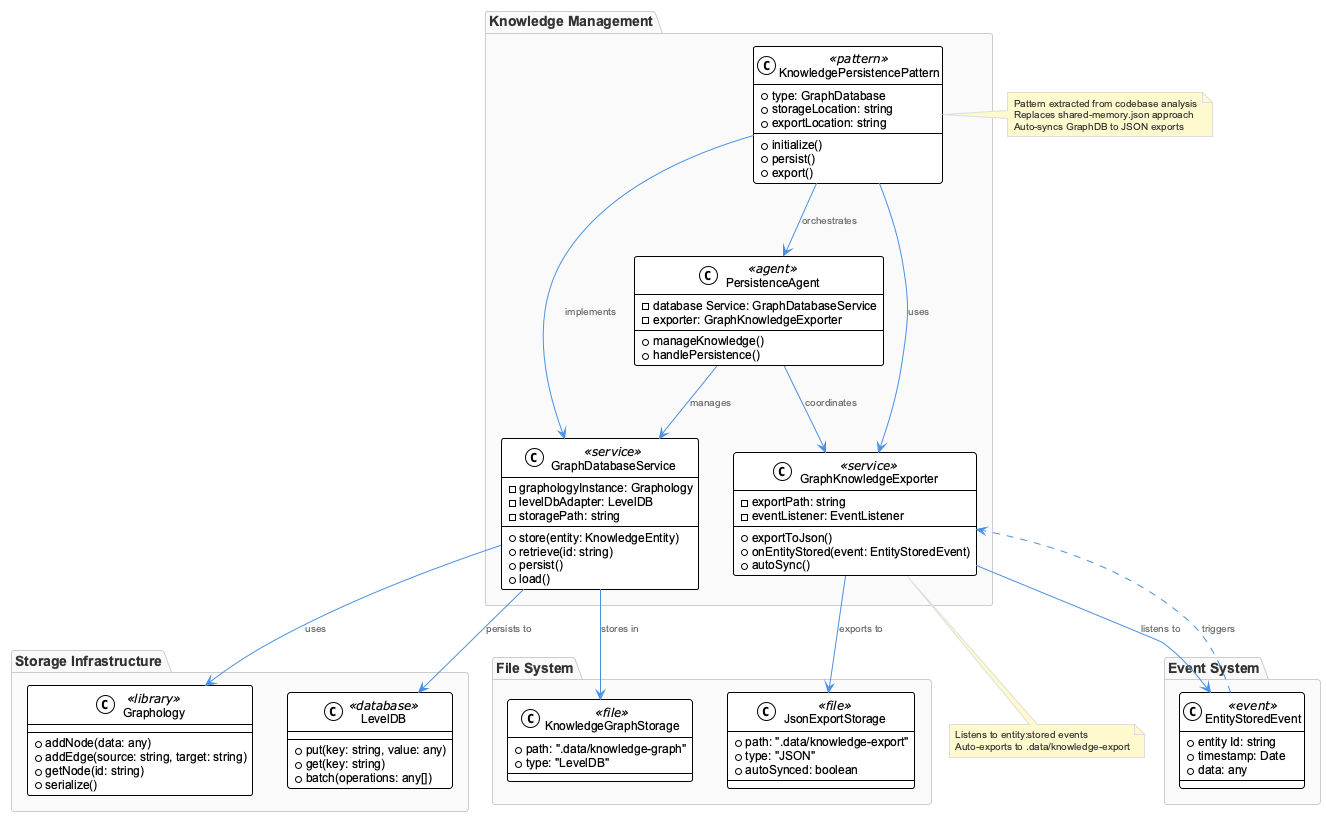
Above: knowledge-management/insights/images/knowledge-persistence-pattern-class.png in fwornle/coding (PlantUML), before the change.
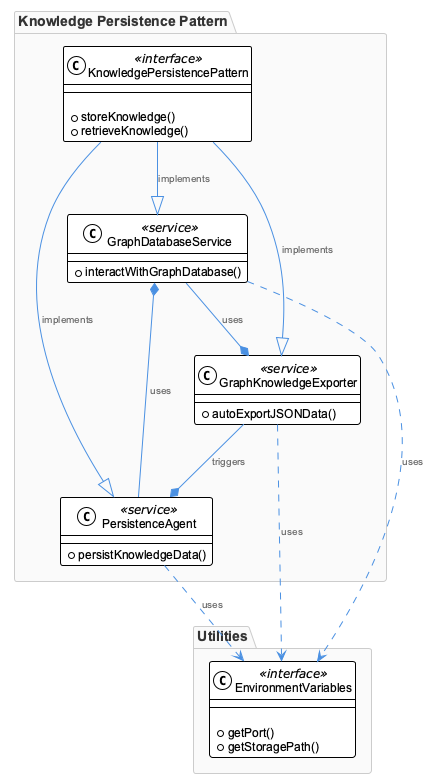
The same file after the commit.

Change to the diagram source:
```diff
@@ -1,103 +1,43 @@
 @startuml
 !include /Users/q284340/Agentic/coding/docs/puml/_standard-style.puml
 
-package "Knowledge Management" {
-    class KnowledgePersistencePattern <<pattern>> {
-        +type: GraphDatabase
-        +storageLocation: string
-        +exportLocation: string
-        +initialize()
-        +persist()
-        +export()
-    }
+package "Knowledge Persistence Pattern" {
+  class GraphDatabaseService <<service>> {
+    + interactWithGraphDatabase()
+  }
 
-    class GraphDatabaseService <<service>> {
-        -graphologyInstance: Graphology
-        -levelDbAdapter: LevelDB
-        -storagePath: string
-        +store(entity: KnowledgeEntity)
-        +retrieve(id: string)
-        +persist()
-        +load()
-    }
+  class GraphKnowledgeExporter <<service>> {
+    + autoExportJSONData()
+  }
 
-    class GraphKnowledgeExporter <<service>> {
-        -exportPath: string
-        -eventListener: EventListener
-        +exportToJson()
-        +onEntityStored(event: EntityStoredEvent)
-        +autoSync()
-    }
+  class PersistenceAgent <<service>> {
+    + persistKnowledgeData()
+  }
 
-    class PersistenceAgent <<agent>> {
-        -database Service: GraphDatabaseService
-        -exporter: GraphKnowledgeExporter
-        +manageKnowledge()
-        +handlePersistence()
-    }
+  class KnowledgePersistencePattern <<interface>> {
+    {method}
+    + storeKnowledge()
+    + retrieveKnowledge()
+  }
+
+  GraphDatabaseService --* GraphKnowledgeExporter : uses
+  GraphKnowledgeExporter --* PersistenceAgent : triggers
+  PersistenceAgent --* GraphDatabaseService : uses
+  KnowledgePersistencePattern --|> GraphDatabaseService : implements
+  KnowledgePersistencePattern --|> GraphKnowledgeExporter : implements
+  KnowledgePersistencePattern --|> PersistenceAgent : implements
 }
 
-package "Storage Infrastructure" {
-    class Graphology <<library>> {
-        +addNode(data: any)
-        +addEdge(source: string, target: string)
-        +getNode(id: string)
-        +serialize()
-    }
+package "Utilities" {
+  class EnvironmentVariables <<interface>> {
+    {method}
+    + getPort()
+    + getStoragePath()
+  }
 
-    class LevelDB <<database>> {
-        +put(key: string, value: any)
-        +get(key: string)
-        +batch(operations: any[])
-    }
+  GraphDatabaseService ..> EnvironmentVariables : uses
+  GraphKnowledgeExporter ..> EnvironmentVariables : uses
+  PersistenceAgent ..> EnvironmentVariables : uses
 }
 
-package "File System" {
-    class KnowledgeGraphStorage <<file>> {
-        +path: ".data/knowledge-graph"
-        +type: "LevelDB"
-    }
-
-    class JsonExportStorage <<file>> {
-        +path: ".data/knowledge-export"
-        +type: "JSON"
-        +autoSynced: boolean
-    }
-}
-
-package "Event System" {
-    class EntityStoredEvent <<event>> {
-        +entity Id: string
-        +timestamp: Date
-        +data: any
-    }
-}
-
-KnowledgePersistencePattern --> GraphDatabaseService : implements
-KnowledgePersistencePattern --> GraphKnowledgeExporter : uses
-KnowledgePersistencePattern --> PersistenceAgent : orchestrates
-
-GraphDatabaseService --> Graphology : uses
-GraphDatabaseService --> LevelDB : persists to
-GraphDatabaseService --> KnowledgeGraphStorage : stores in
-
-GraphKnowledgeExporter --> JsonExportStorage : exports to
-GraphKnowledgeExporter --> EntityStoredEvent : listens to
-
-PersistenceAgent --> GraphDatabaseService : manages
-PersistenceAgent --> GraphKnowledgeExporter : coordinates
-
-EntityStoredEvent ..> GraphKnowledgeExporter : triggers
-
-note right of KnowledgePersistencePattern
-  Pattern extracted from codebase analysis
-  Replaces shared-memory.json approach
-  Auto-syncs GraphDB to JSON exports
-end note
-
-note bottom of GraphKnowledgeExporter
-  Listens to entity:stored events
-  Auto-exports to .data/knowledge-export
-end note
-
 @enduml
```
